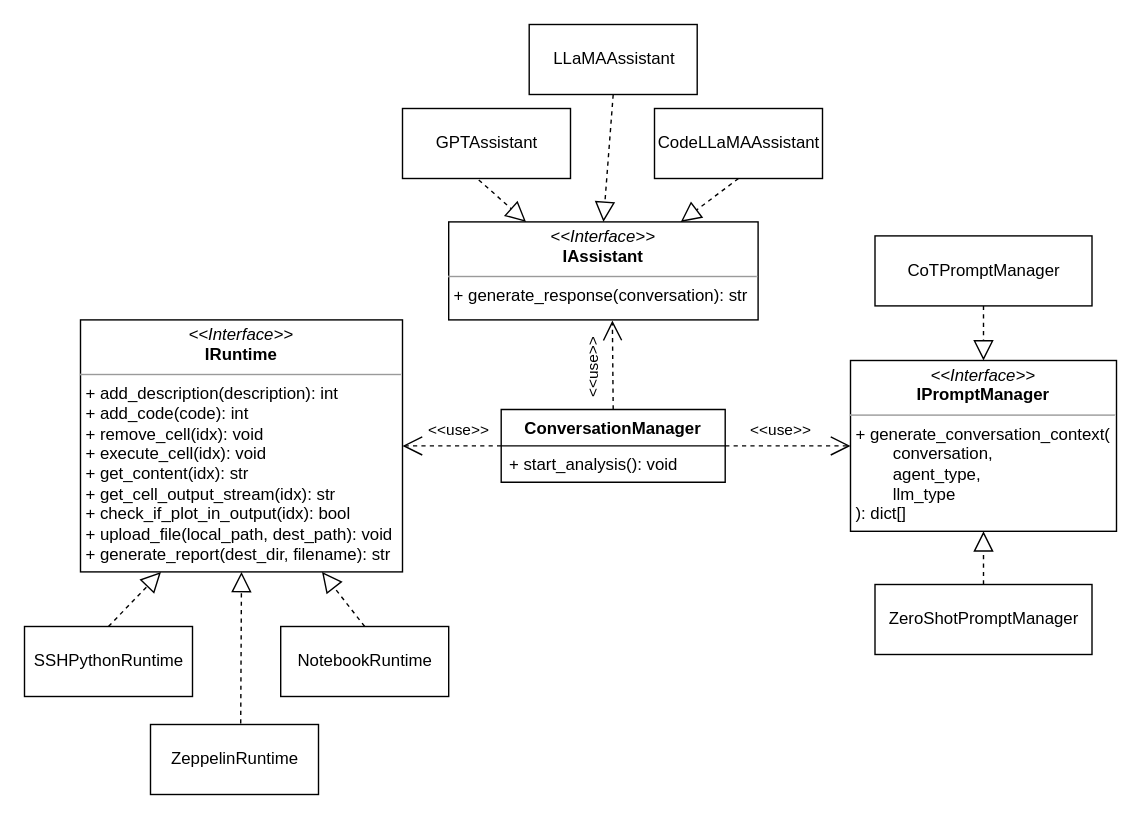
jswistak/automatic-data-analysis keeps this draw.io diagram as page "Class" (1 of 3) of documentation/figures/uml_diagrams.drawio. Above is the earlier version. Source tidied: cells renumbered, new cells numbered last; positions are measured from the earlier drawing's top-left corner, leaving out a move shared by most shapes. Both pictures are drawn from the tidied source at 140%, with x=0, y=0 at pixel (24, 24).
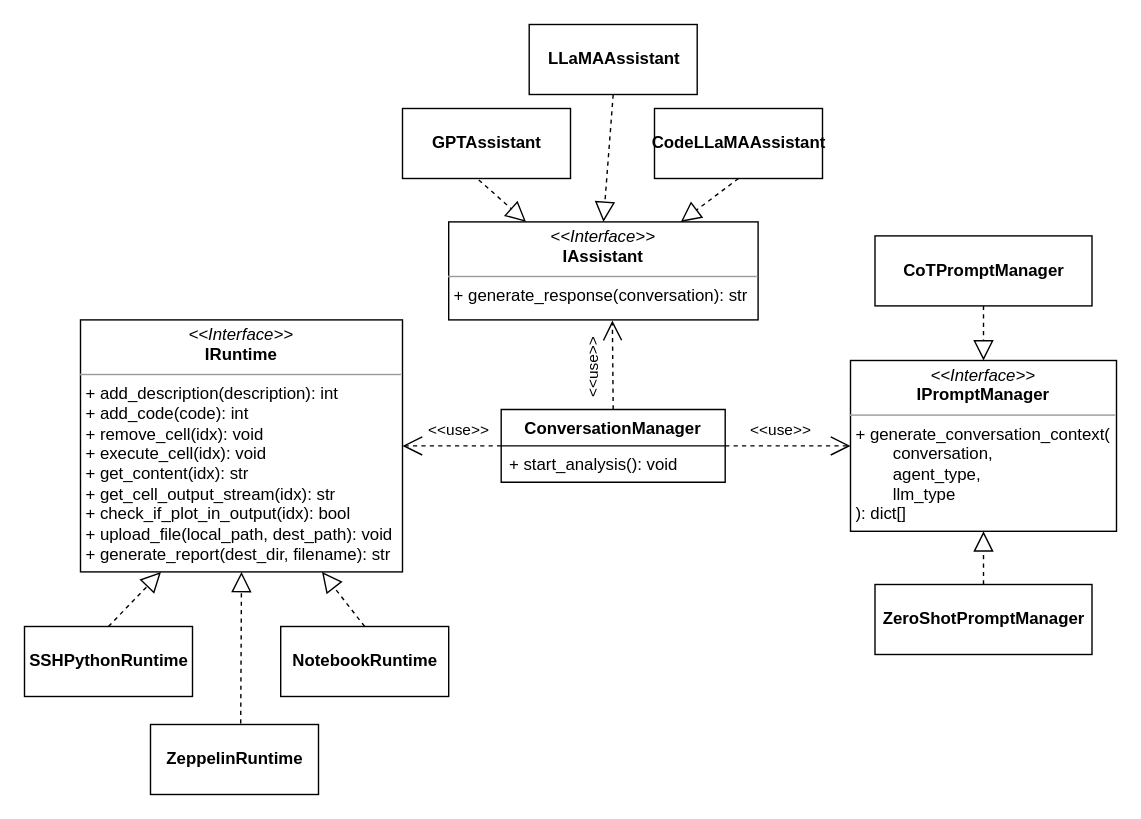
The same page after the edit.

Diff of the diagram source:
```diff
@@
-    <mxCell id="5" value="SSHPythonRuntime" style="html=1;" parent="1" vertex="1">
+    <mxCell id="5" value="&lt;b&gt;SSHPythonRuntime&lt;/b&gt;" style="html=1;" parent="1" vertex="1">
       <mxGeometry y="430" width="120" height="50" as="geometry" />
     </mxCell>
-    <mxCell id="6" value="NotebookRuntime" style="html=1;" parent="1" vertex="1">
+    <mxCell id="6" value="&lt;b&gt;NotebookRuntime&lt;/b&gt;" style="html=1;" parent="1" vertex="1">
       <mxGeometry x="183" y="430" width="120" height="50" as="geometry" />
     </mxCell>
-    <mxCell id="7" value="ZeppelinRuntime" style="html=1;" parent="1" vertex="1">
+    <mxCell id="7" value="&lt;b&gt;ZeppelinRuntime&lt;/b&gt;" style="html=1;" parent="1" vertex="1">
       <mxGeometry x="90" y="500" width="120" height="50" as="geometry" />
     </mxCell>
@@
-    <mxCell id="16" value="GPTAssistant" style="html=1;" parent="1" vertex="1">
+    <mxCell id="16" value="&lt;b&gt;GPTAssistant&lt;/b&gt;" style="html=1;" parent="1" vertex="1">
       <mxGeometry x="270" y="60" width="120" height="50" as="geometry" />
     </mxCell>
-    <mxCell id="17" value="LLaMAAssistant" style="html=1;" parent="1" vertex="1">
+    <mxCell id="17" value="&lt;b&gt;LLaMAAssistant&lt;/b&gt;" style="html=1;" parent="1" vertex="1">
       <mxGeometry x="360.5" width="120" height="50" as="geometry" />
     </mxCell>
-    <mxCell id="18" value="CodeLLaMAAssistant" style="html=1;" parent="1" vertex="1">
+    <mxCell id="18" value="&lt;b&gt;CodeLLaMAAssistant&lt;/b&gt;" style="html=1;" parent="1" vertex="1">
       <mxGeometry x="450" y="60" width="120" height="50" as="geometry" />
     </mxCell>
@@
-    <mxCell id="22" value="ZeroShotPromptManager" style="html=1;" parent="1" vertex="1">
+    <mxCell id="22" value="&lt;b&gt;ZeroShotPromptManager&lt;/b&gt;" style="html=1;" parent="1" vertex="1">
       <mxGeometry x="607.5" y="400" width="155" height="50" as="geometry" />
     </mxCell>
-    <mxCell id="23" value="CoTPromptManager" style="html=1;" parent="1" vertex="1">
+    <mxCell id="23" value="&lt;b&gt;CoTPromptManager&lt;/b&gt;" style="html=1;" parent="1" vertex="1">
       <mxGeometry x="607.5" y="151" width="155" height="50" as="geometry" />
     </mxCell>
```
